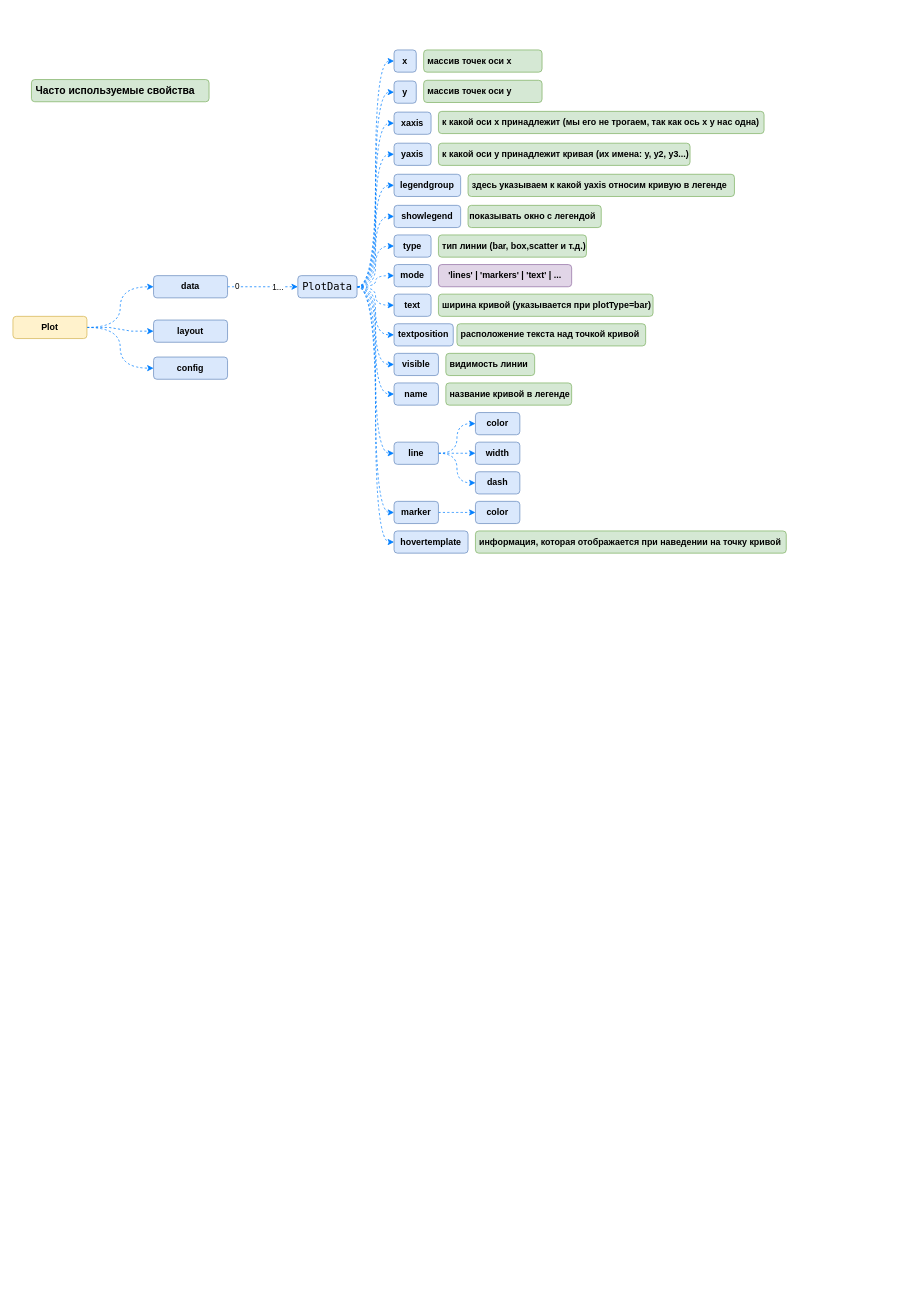
Earlier version of the draw.io diagram Plotly.drawio (orlov-oleg-developer/asuter-UML). Source tidied: cells renumbered, new cells numbered last; positions are measured from the earlier drawing's top-left corner, leaving out a move shared by most shapes. Both pictures are drawn from the tidied source at 74%, with x=0, y=0 at pixel (13, 50).
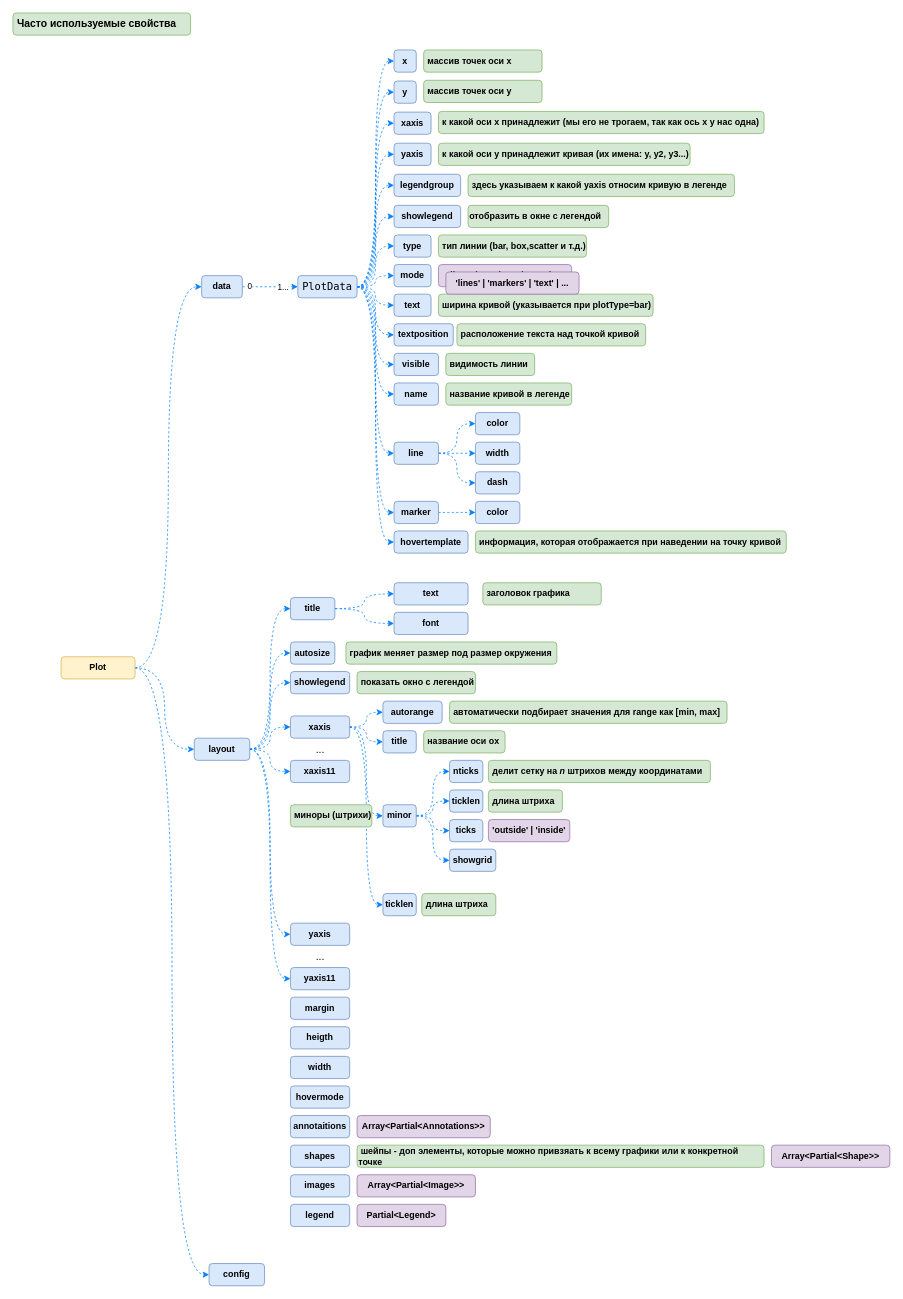
After the change.

Diff of the diagram source:
```diff
@@
-    <mxCell id="3" style="edgeStyle=entityRelationEdgeStyle;rounded=0;jettySize=auto;html=1;entryX=0;entryY=0.5;entryDx=0;entryDy=0;strokeColor=#007FFF;fillColor=#dae8fc;dashed=1;" parent="1" edge="1" source="5" target="10">
+    <mxCell id="3" style="edgeStyle=orthogonalEdgeStyle;rounded=0;jettySize=auto;html=1;entryX=0;entryY=0.5;entryDx=0;entryDy=0;strokeColor=#007FFF;fillColor=#dae8fc;dashed=1;curved=1;" parent="1" edge="1" source="5" target="10">
       <mxGeometry relative="1" as="geometry" />
     </mxCell>
@@
     <mxCell id="5" value="Plot" style="rounded=1;whiteSpace=wrap;html=1;fillColor=#fff2cc;strokeColor=#d6b656;fontStyle=1;" parent="1" vertex="1">
-      <mxGeometry y="360" width="100" height="30" as="geometry" />
+      <mxGeometry x="65" y="820" width="100" height="30" as="geometry" />
     </mxCell>
@@
     <mxCell id="9" value="data" style="rounded=1;whiteSpace=wrap;html=1;fillColor=#dae8fc;strokeColor=#6c8ebf;fontStyle=1;" parent="1" vertex="1">
-      <mxGeometry x="190" y="305" width="100" height="30" as="geometry" />
+      <mxGeometry x="255" y="305" width="55" height="30" as="geometry" />
     </mxCell>
+    <mxCell id="65" style="edgeStyle=orthogonalEdgeStyle;shape=connector;curved=1;rounded=0;jettySize=auto;html=1;entryX=0;entryY=0.5;entryDx=0;entryDy=0;dashed=1;labelBackgroundColor=default;strokeColor=#007FFF;align=center;verticalAlign=middle;fontFamily=Helvetica;fontSize=11;fontColor=default;endArrow=classic;fillColor=#dae8fc;" parent="1" edge="1" source="10" target="74">
+      <mxGeometry relative="1" as="geometry" />
+    </mxCell>
+    <mxCell id="66" style="edgeStyle=orthogonalEdgeStyle;shape=connector;curved=1;rounded=0;jettySize=auto;html=1;entryX=0;entryY=0.5;entryDx=0;entryDy=0;dashed=1;labelBackgroundColor=default;strokeColor=#007FFF;align=center;verticalAlign=middle;fontFamily=Helvetica;fontSize=11;fontColor=default;endArrow=classic;fillColor=#dae8fc;" parent="1" edge="1" source="10" target="78">
+      <mxGeometry relative="1" as="geometry" />
+    </mxCell>
+    <mxCell id="67" style="edgeStyle=orthogonalEdgeStyle;shape=connector;curved=1;rounded=0;jettySize=auto;html=1;entryX=0;entryY=0.5;entryDx=0;entryDy=0;dashed=1;labelBackgroundColor=default;strokeColor=#007FFF;align=center;verticalAlign=middle;fontFamily=Helvetica;fontSize=11;fontColor=default;endArrow=classic;fillColor=#dae8fc;" parent="1" edge="1" source="10" target="80">
+      <mxGeometry relative="1" as="geometry" />
+    </mxCell>
+    <mxCell id="68" style="edgeStyle=orthogonalEdgeStyle;shape=connector;curved=1;rounded=0;jettySize=auto;html=1;entryX=0;entryY=0.5;entryDx=0;entryDy=0;dashed=1;labelBackgroundColor=default;strokeColor=#007FFF;align=center;verticalAlign=middle;fontFamily=Helvetica;fontSize=11;fontColor=default;endArrow=classic;fillColor=#dae8fc;" parent="1" edge="1" source="10" target="86">
+      <mxGeometry relative="1" as="geometry" />
+    </mxCell>
+    <mxCell id="69" style="edgeStyle=orthogonalEdgeStyle;shape=connector;curved=1;rounded=0;jettySize=auto;html=1;entryX=0;entryY=0.5;entryDx=0;entryDy=0;dashed=1;labelBackgroundColor=default;strokeColor=#007FFF;align=center;verticalAlign=middle;fontFamily=Helvetica;fontSize=11;fontColor=default;endArrow=classic;fillColor=#dae8fc;" parent="1" edge="1" source="10" target="107">
+      <mxGeometry relative="1" as="geometry" />
+    </mxCell>
+    <mxCell id="70" style="edgeStyle=orthogonalEdgeStyle;shape=connector;curved=1;rounded=0;jettySize=auto;html=1;entryX=0;entryY=0.5;entryDx=0;entryDy=0;dashed=1;labelBackgroundColor=default;strokeColor=#007FFF;align=center;verticalAlign=middle;fontFamily=Helvetica;fontSize=11;fontColor=default;endArrow=classic;fillColor=#dae8fc;" parent="1" edge="1" source="10" target="108">
+      <mxGeometry relative="1" as="geometry" />
+    </mxCell>
+    <mxCell id="71" style="edgeStyle=orthogonalEdgeStyle;shape=connector;curved=1;rounded=0;jettySize=auto;html=1;entryX=0;entryY=0.5;entryDx=0;entryDy=0;dashed=1;labelBackgroundColor=default;strokeColor=#007FFF;align=center;verticalAlign=middle;fontFamily=Helvetica;fontSize=11;fontColor=default;endArrow=classic;fillColor=#dae8fc;" parent="1" edge="1" source="10" target="111">
+      <mxGeometry relative="1" as="geometry" />
+    </mxCell>
     <mxCell id="10" value="layout" style="rounded=1;whiteSpace=wrap;html=1;fillColor=#dae8fc;strokeColor=#6c8ebf;fontStyle=1;" parent="1" vertex="1">
-      <mxGeometry x="190" y="365" width="100" height="30" as="geometry" />
+      <mxGeometry x="245" y="930" width="75" height="30" as="geometry" />
     </mxCell>
     <mxCell id="11" value="config" style="rounded=1;whiteSpace=wrap;html=1;fillColor=#dae8fc;strokeColor=#6c8ebf;fontStyle=1;" parent="1" vertex="1">
-      <mxGeometry x="190" y="415" width="100" height="30" as="geometry" />
+      <mxGeometry x="265" y="1640" width="75" height="30" as="geometry" />
     </mxCell>
@@
-    <mxCell id="39" value="показывать окно с легендой" style="whiteSpace=wrap;html=1;fillColor=#d5e8d4;strokeColor=#82b366;rounded=1;fontStyle=1;align=left;" parent="1" vertex="1">
-      <mxGeometry x="615" y="210" width="180" height="30" as="geometry" />
+    <mxCell id="39" value="отобразить в окне с легендой" style="whiteSpace=wrap;html=1;fillColor=#d5e8d4;strokeColor=#82b366;rounded=1;fontStyle=1;align=left;" parent="1" vertex="1">
+      <mxGeometry x="615" y="210" width="190" height="30" as="geometry" />
     </mxCell>
@@
     <mxCell id="42" value="&amp;nbsp;Часто используемые свойства" style="rounded=1;whiteSpace=wrap;html=1;fillColor=#d5e8d4;strokeColor=#82b366;fontStyle=1;fontSize=14;align=left;" parent="1" vertex="1">
-      <mxGeometry x="25" y="40" width="240" height="30" as="geometry" />
+      <mxGeometry y="-50" width="240" height="30" as="geometry" />
     </mxCell>
@@
+    <mxCell id="72" style="edgeStyle=orthogonalEdgeStyle;shape=connector;curved=1;rounded=0;jettySize=auto;html=1;entryX=0;entryY=0.5;entryDx=0;entryDy=0;dashed=1;labelBackgroundColor=default;strokeColor=#007FFF;align=center;verticalAlign=middle;fontFamily=Helvetica;fontSize=11;fontColor=default;endArrow=classic;fillColor=#dae8fc;" parent="1" edge="1" source="74" target="76">
+      <mxGeometry relative="1" as="geometry" />
+    </mxCell>
+    <mxCell id="73" style="edgeStyle=orthogonalEdgeStyle;shape=connector;curved=1;rounded=0;jettySize=auto;html=1;entryX=0;entryY=0.5;entryDx=0;entryDy=0;dashed=1;labelBackgroundColor=default;strokeColor=#007FFF;align=center;verticalAlign=middle;fontFamily=Helvetica;fontSize=11;fontColor=default;endArrow=classic;fillColor=#dae8fc;" parent="1" edge="1" source="74" target="77">
+      <mxGeometry relative="1" as="geometry" />
+    </mxCell>
+    <mxCell id="74" value="title" style="rounded=1;whiteSpace=wrap;html=1;fillColor=#dae8fc;strokeColor=#6c8ebf;fontStyle=1;" parent="1" vertex="1">
+      <mxGeometry x="375" y="740" width="60" height="30" as="geometry" />
+    </mxCell>
+    <mxCell id="75" value="&amp;nbsp;заголовок графика" style="whiteSpace=wrap;html=1;fillColor=#d5e8d4;strokeColor=#82b366;rounded=1;fontStyle=1;align=left;" parent="1" vertex="1">
+      <mxGeometry x="635" y="720" width="160" height="30" as="geometry" />
+    </mxCell>
+    <mxCell id="76" value="text" style="rounded=1;whiteSpace=wrap;html=1;fillColor=#dae8fc;strokeColor=#6c8ebf;fontStyle=1;" parent="1" vertex="1">
+      <mxGeometry x="515" y="720" width="100" height="30" as="geometry" />
+    </mxCell>
+    <mxCell id="77" value="font" style="rounded=1;whiteSpace=wrap;html=1;fillColor=#dae8fc;strokeColor=#6c8ebf;fontStyle=1;" parent="1" vertex="1">
+      <mxGeometry x="515" y="760" width="100" height="30" as="geometry" />
+    </mxCell>
+    <mxCell id="78" value="autosize" style="rounded=1;whiteSpace=wrap;html=1;fillColor=#dae8fc;strokeColor=#6c8ebf;fontStyle=1;" parent="1" vertex="1">
+      <mxGeometry x="375" y="800" width="60" height="30" as="geometry" />
+    </mxCell>
+    <mxCell id="79" value="&amp;nbsp;график меняет размер под размер окружения" style="whiteSpace=wrap;html=1;fillColor=#d5e8d4;strokeColor=#82b366;rounded=1;fontStyle=1;align=left;" parent="1" vertex="1">
+      <mxGeometry x="450" y="800" width="285" height="30" as="geometry" />
+    </mxCell>
+    <mxCell id="80" value="showlegend" style="rounded=1;whiteSpace=wrap;html=1;fillColor=#dae8fc;strokeColor=#6c8ebf;fontStyle=1;" parent="1" vertex="1">
+      <mxGeometry x="375" y="840" width="80" height="30" as="geometry" />
+    </mxCell>
+    <mxCell id="81" value="&amp;nbsp;показать окно с легендой" style="whiteSpace=wrap;html=1;fillColor=#d5e8d4;strokeColor=#82b366;rounded=1;fontStyle=1;align=left;" parent="1" vertex="1">
+      <mxGeometry x="465" y="840" width="160" height="30" as="geometry" />
+    </mxCell>
+    <mxCell id="82" style="edgeStyle=orthogonalEdgeStyle;shape=connector;curved=1;rounded=0;jettySize=auto;html=1;entryX=0;entryY=0.5;entryDx=0;entryDy=0;dashed=1;labelBackgroundColor=default;strokeColor=#007FFF;align=center;verticalAlign=middle;fontFamily=Helvetica;fontSize=11;fontColor=default;endArrow=classic;fillColor=#dae8fc;" parent="1" edge="1" source="86" target="87">
+      <mxGeometry relative="1" as="geometry" />
+    </mxCell>
+    <mxCell id="83" style="edgeStyle=orthogonalEdgeStyle;shape=connector;curved=1;rounded=0;jettySize=auto;html=1;entryX=0;entryY=0.5;entryDx=0;entryDy=0;dashed=1;labelBackgroundColor=default;strokeColor=#007FFF;align=center;verticalAlign=middle;fontFamily=Helvetica;fontSize=11;fontColor=default;endArrow=classic;fillColor=#dae8fc;" parent="1" edge="1" source="86" target="89">
+      <mxGeometry relative="1" as="geometry" />
+    </mxCell>
+    <mxCell id="84" style="edgeStyle=orthogonalEdgeStyle;shape=connector;curved=1;rounded=0;jettySize=auto;html=1;entryX=0;entryY=0.5;entryDx=0;entryDy=0;dashed=1;labelBackgroundColor=default;strokeColor=#007FFF;align=center;verticalAlign=middle;fontFamily=Helvetica;fontSize=11;fontColor=default;endArrow=classic;fillColor=#dae8fc;" parent="1" edge="1" source="86" target="95">
+      <mxGeometry relative="1" as="geometry" />
+    </mxCell>
+    <mxCell id="85" style="edgeStyle=orthogonalEdgeStyle;shape=connector;curved=1;rounded=0;jettySize=auto;html=1;entryX=0;entryY=0.5;entryDx=0;entryDy=0;dashed=1;labelBackgroundColor=default;strokeColor=#007FFF;align=center;verticalAlign=middle;fontFamily=Helvetica;fontSize=11;fontColor=default;endArrow=classic;fillColor=#dae8fc;" parent="1" edge="1" source="86" target="105">
+      <mxGeometry relative="1" as="geometry" />
+    </mxCell>
+    <mxCell id="86" value="xaxis" style="rounded=1;whiteSpace=wrap;html=1;fillColor=#dae8fc;strokeColor=#6c8ebf;fontStyle=1;" parent="1" vertex="1">
+      <mxGeometry x="375" y="900" width="80" height="30" as="geometry" />
+    </mxCell>
+    <mxCell id="87" value="autorange" style="rounded=1;whiteSpace=wrap;html=1;fillColor=#dae8fc;strokeColor=#6c8ebf;fontStyle=1;" parent="1" vertex="1">
+      <mxGeometry x="500" y="880" width="80" height="30" as="geometry" />
+    </mxCell>
+    <mxCell id="88" value="&amp;nbsp;автоматически подбирает значения для range как [min, max]" style="whiteSpace=wrap;html=1;fillColor=#d5e8d4;strokeColor=#82b366;rounded=1;fontStyle=1;align=left;" parent="1" vertex="1">
+      <mxGeometry x="590" y="880" width="375" height="30" as="geometry" />
+    </mxCell>
+    <mxCell id="89" value="title" style="rounded=1;whiteSpace=wrap;html=1;fillColor=#dae8fc;strokeColor=#6c8ebf;fontStyle=1;" parent="1" vertex="1">
+      <mxGeometry x="500" y="920" width="45" height="30" as="geometry" />
+    </mxCell>
+    <mxCell id="90" value="&amp;nbsp;название оси ox" style="whiteSpace=wrap;html=1;fillColor=#d5e8d4;strokeColor=#82b366;rounded=1;fontStyle=1;align=left;" parent="1" vertex="1">
+      <mxGeometry x="555" y="920" width="110" height="30" as="geometry" />
+    </mxCell>
+    <mxCell id="91" style="edgeStyle=orthogonalEdgeStyle;shape=connector;curved=1;rounded=0;jettySize=auto;html=1;entryX=0;entryY=0.5;entryDx=0;entryDy=0;dashed=1;labelBackgroundColor=default;strokeColor=#007FFF;align=center;verticalAlign=middle;fontFamily=Helvetica;fontSize=11;fontColor=default;endArrow=classic;fillColor=#dae8fc;" parent="1" edge="1" source="95" target="97">
+      <mxGeometry relative="1" as="geometry" />
+    </mxCell>
+    <mxCell id="92" style="edgeStyle=orthogonalEdgeStyle;shape=connector;curved=1;rounded=0;jettySize=auto;html=1;entryX=0;entryY=0.5;entryDx=0;entryDy=0;dashed=1;labelBackgroundColor=default;strokeColor=#007FFF;align=center;verticalAlign=middle;fontFamily=Helvetica;fontSize=11;fontColor=default;endArrow=classic;fillColor=#dae8fc;" parent="1" edge="1" source="95" target="98">
+      <mxGeometry relative="1" as="geometry" />
+    </mxCell>
+    <mxCell id="93" style="edgeStyle=orthogonalEdgeStyle;shape=connector;curved=1;rounded=0;jettySize=auto;html=1;entryX=0;entryY=0.5;entryDx=0;entryDy=0;dashed=1;labelBackgroundColor=default;strokeColor=#007FFF;align=center;verticalAlign=middle;fontFamily=Helvetica;fontSize=11;fontColor=default;endArrow=classic;fillColor=#dae8fc;" parent="1" edge="1" source="95" target="101">
+      <mxGeometry relative="1" as="geometry" />
+    </mxCell>
+    <mxCell id="94" style="edgeStyle=orthogonalEdgeStyle;shape=connector;curved=1;rounded=0;jettySize=auto;html=1;entryX=0;entryY=0.5;entryDx=0;entryDy=0;dashed=1;labelBackgroundColor=default;strokeColor=#007FFF;align=center;verticalAlign=middle;fontFamily=Helvetica;fontSize=11;fontColor=default;endArrow=classic;fillColor=#dae8fc;" parent="1" edge="1" source="95" target="104">
+      <mxGeometry relative="1" as="geometry" />
+    </mxCell>
+    <mxCell id="95" value="minor" style="rounded=1;whiteSpace=wrap;html=1;fillColor=#dae8fc;strokeColor=#6c8ebf;fontStyle=1;" parent="1" vertex="1">
+      <mxGeometry x="500" y="1020" width="45" height="30" as="geometry" />
+    </mxCell>
+    <mxCell id="96" value="&amp;nbsp;миноры (штрихи)" style="whiteSpace=wrap;html=1;fillColor=#d5e8d4;strokeColor=#82b366;rounded=1;fontStyle=1;align=left;" parent="1" vertex="1">
+      <mxGeometry x="375" y="1020" width="110" height="30" as="geometry" />
+    </mxCell>
+    <mxCell id="97" value="nticks" style="rounded=1;whiteSpace=wrap;html=1;fillColor=#dae8fc;strokeColor=#6c8ebf;fontStyle=1;" parent="1" vertex="1">
+      <mxGeometry x="590" y="960" width="45" height="30" as="geometry" />
+    </mxCell>
+    <mxCell id="98" value="ticklen" style="rounded=1;whiteSpace=wrap;html=1;fillColor=#dae8fc;strokeColor=#6c8ebf;fontStyle=1;" parent="1" vertex="1">
+      <mxGeometry x="590" y="1000" width="45" height="30" as="geometry" />
+    </mxCell>
+    <mxCell id="99" value="&amp;nbsp;делит сетку на &lt;i&gt;n&lt;/i&gt; штрихов между координатами" style="whiteSpace=wrap;html=1;fillColor=#d5e8d4;strokeColor=#82b366;rounded=1;fontStyle=1;align=left;" parent="1" vertex="1">
+      <mxGeometry x="642.5" y="960" width="300" height="30" as="geometry" />
+    </mxCell>
+    <mxCell id="100" value="&amp;nbsp;длина штриха" style="whiteSpace=wrap;html=1;fillColor=#d5e8d4;strokeColor=#82b366;rounded=1;fontStyle=1;align=left;" parent="1" vertex="1">
+      <mxGeometry x="642.5" y="1000" width="100" height="30" as="geometry" />
+    </mxCell>
+    <mxCell id="101" value="ticks" style="rounded=1;whiteSpace=wrap;html=1;fillColor=#dae8fc;strokeColor=#6c8ebf;fontStyle=1;" parent="1" vertex="1">
+      <mxGeometry x="590" y="1040" width="45" height="30" as="geometry" />
+    </mxCell>
+    <mxCell id="102" value="'lines' | 'markers' | 'text' | ..." style="rounded=1;whiteSpace=wrap;html=1;fillColor=#e1d5e7;strokeColor=#9673a6;fontStyle=1;glass=0;shadow=0;" parent="1" vertex="1">
+      <mxGeometry x="585" y="300" width="180" height="30" as="geometry" />
+    </mxCell>
+    <mxCell id="103" value="&amp;nbsp;'outside' | 'inside'" style="rounded=1;whiteSpace=wrap;html=1;fillColor=#e1d5e7;strokeColor=#9673a6;fontStyle=1;glass=0;shadow=0;align=left;" parent="1" vertex="1">
+      <mxGeometry x="642.5" y="1040" width="110" height="30" as="geometry" />
+    </mxCell>
+    <mxCell id="104" value="showgrid" style="rounded=1;whiteSpace=wrap;html=1;fillColor=#dae8fc;strokeColor=#6c8ebf;fontStyle=1;" parent="1" vertex="1">
+      <mxGeometry x="590" y="1080" width="62.5" height="30" as="geometry" />
+    </mxCell>
+    <mxCell id="105" value="ticklen" style="rounded=1;whiteSpace=wrap;html=1;fillColor=#dae8fc;strokeColor=#6c8ebf;fontStyle=1;" parent="1" vertex="1">
+      <mxGeometry x="500" y="1140" width="45" height="30" as="geometry" />
+    </mxCell>
+    <mxCell id="106" value="&amp;nbsp;длина штриха" style="whiteSpace=wrap;html=1;fillColor=#d5e8d4;strokeColor=#82b366;rounded=1;fontStyle=1;align=left;" parent="1" vertex="1">
+      <mxGeometry x="552.5" y="1140" width="100" height="30" as="geometry" />
+    </mxCell>
+    <mxCell id="107" value="yaxis" style="rounded=1;whiteSpace=wrap;html=1;fillColor=#dae8fc;strokeColor=#6c8ebf;fontStyle=1;" parent="1" vertex="1">
+      <mxGeometry x="375" y="1180" width="80" height="30" as="geometry" />
+    </mxCell>
+    <mxCell id="108" value="xaxis11" style="rounded=1;whiteSpace=wrap;html=1;fillColor=#dae8fc;strokeColor=#6c8ebf;fontStyle=1;" parent="1" vertex="1">
+      <mxGeometry x="375" y="960" width="80" height="30" as="geometry" />
+    </mxCell>
+    <mxCell id="109" value="..." style="text;html=1;align=center;verticalAlign=middle;strokeColor=none;fillColor=none;fontSize=14;fontFamily=Helvetica;fontColor=default;" parent="1" vertex="1">
+      <mxGeometry x="395" y="930" width="40" height="30" as="geometry" />
+    </mxCell>
+    <mxCell id="110" value="..." style="text;html=1;align=center;verticalAlign=middle;strokeColor=none;fillColor=none;fontSize=14;fontFamily=Helvetica;fontColor=default;" parent="1" vertex="1">
+      <mxGeometry x="395" y="1210" width="40" height="30" as="geometry" />
+    </mxCell>
+    <mxCell id="111" value="yaxis11" style="rounded=1;whiteSpace=wrap;html=1;fillColor=#dae8fc;strokeColor=#6c8ebf;fontStyle=1;" parent="1" vertex="1">
+      <mxGeometry x="375" y="1240" width="80" height="30" as="geometry" />
+    </mxCell>
+    <mxCell id="112" value="margin" style="rounded=1;whiteSpace=wrap;html=1;fillColor=#dae8fc;strokeColor=#6c8ebf;fontStyle=1;" parent="1" vertex="1">
+      <mxGeometry x="375" y="1280" width="80" height="30" as="geometry" />
+    </mxCell>
+    <mxCell id="113" value="heigth" style="rounded=1;whiteSpace=wrap;html=1;fillColor=#dae8fc;strokeColor=#6c8ebf;fontStyle=1;" parent="1" vertex="1">
+      <mxGeometry x="375" y="1320" width="80" height="30" as="geometry" />
+    </mxCell>
+    <mxCell id="114" value="width" style="rounded=1;whiteSpace=wrap;html=1;fillColor=#dae8fc;strokeColor=#6c8ebf;fontStyle=1;" parent="1" vertex="1">
+      <mxGeometry x="375" y="1360" width="80" height="30" as="geometry" />
+    </mxCell>
+    <mxCell id="115" value="hovermode" style="rounded=1;whiteSpace=wrap;html=1;fillColor=#dae8fc;strokeColor=#6c8ebf;fontStyle=1;" parent="1" vertex="1">
+      <mxGeometry x="375" y="1400" width="80" height="30" as="geometry" />
+    </mxCell>
+    <mxCell id="116" value="shapes" style="rounded=1;whiteSpace=wrap;html=1;fillColor=#dae8fc;strokeColor=#6c8ebf;fontStyle=1;" parent="1" vertex="1">
+      <mxGeometry x="375" y="1480" width="80" height="30" as="geometry" />
+    </mxCell>
+    <mxCell id="117" value="&amp;nbsp;шейпы - доп элементы, которые можно привзяать к всему графики или к конкретной точке" style="whiteSpace=wrap;html=1;fillColor=#d5e8d4;strokeColor=#82b366;rounded=1;fontStyle=1;align=left;" parent="1" vertex="1">
+      <mxGeometry x="465" y="1480" width="550" height="30" as="geometry" />
+    </mxCell>
+    <mxCell id="118" value="images" style="rounded=1;whiteSpace=wrap;html=1;fillColor=#dae8fc;strokeColor=#6c8ebf;fontStyle=1;" parent="1" vertex="1">
+      <mxGeometry x="375" y="1520" width="80" height="30" as="geometry" />
+    </mxCell>
+    <mxCell id="119" value="legend" style="rounded=1;whiteSpace=wrap;html=1;fillColor=#dae8fc;strokeColor=#6c8ebf;fontStyle=1;" parent="1" vertex="1">
+      <mxGeometry x="375" y="1560" width="80" height="30" as="geometry" />
+    </mxCell>
+    <mxCell id="120" value="annotaitions" style="rounded=1;whiteSpace=wrap;html=1;fillColor=#dae8fc;strokeColor=#6c8ebf;fontStyle=1;" parent="1" vertex="1">
+      <mxGeometry x="375" y="1440" width="80" height="30" as="geometry" />
+    </mxCell>
+    <mxCell id="121" value="Array&amp;lt;Partial&amp;lt;Annotations&amp;gt;&amp;gt;" style="rounded=1;whiteSpace=wrap;html=1;fillColor=#e1d5e7;strokeColor=#9673a6;fontStyle=1;" parent="1" vertex="1">
+      <mxGeometry x="465" y="1440" width="180" height="30" as="geometry" />
+    </mxCell>
+    <mxCell id="122" value="Array&amp;lt;Partial&amp;lt;Shape&amp;gt;&amp;gt;" style="rounded=1;whiteSpace=wrap;html=1;fillColor=#e1d5e7;strokeColor=#9673a6;fontStyle=1;" parent="1" vertex="1">
+      <mxGeometry x="1025" y="1480" width="160" height="30" as="geometry" />
+    </mxCell>
+    <mxCell id="123" value="Array&amp;lt;Partial&amp;lt;Image&amp;gt;&amp;gt;" style="rounded=1;whiteSpace=wrap;html=1;fillColor=#e1d5e7;strokeColor=#9673a6;fontStyle=1;" parent="1" vertex="1">
+      <mxGeometry x="465" y="1520" width="160" height="30" as="geometry" />
+    </mxCell>
+    <mxCell id="124" value="Partial&amp;lt;Legend&amp;gt;" style="rounded=1;whiteSpace=wrap;html=1;fillColor=#e1d5e7;strokeColor=#9673a6;fontStyle=1;" parent="1" vertex="1">
+      <mxGeometry x="465" y="1560" width="120" height="30" as="geometry" />
+    </mxCell>
```
